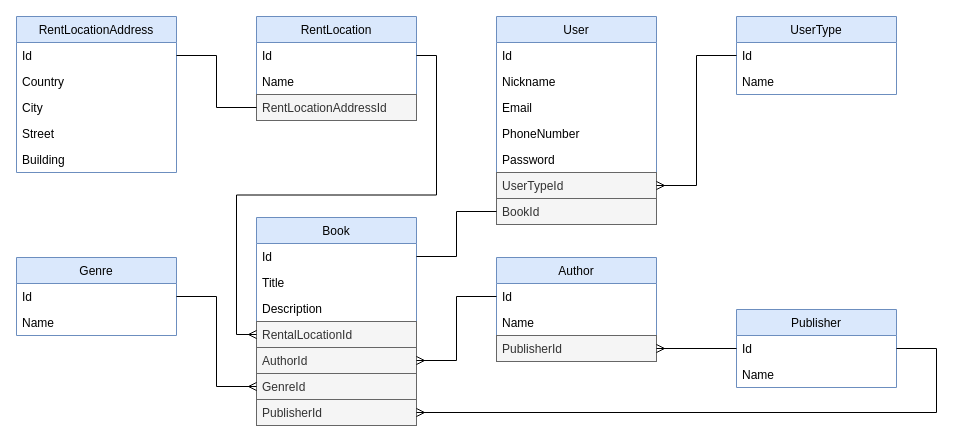
Above: Untitled Diagram.drawio in s-samusik/BookSharing (draw.io), before the change. Source tidied: cells renumbered, new cells numbered last; positions are measured from the earlier drawing's top-left corner, leaving out a move shared by most shapes. Both pictures are drawn from the tidied source at 100%, with x=0, y=0 at pixel (16, 16).
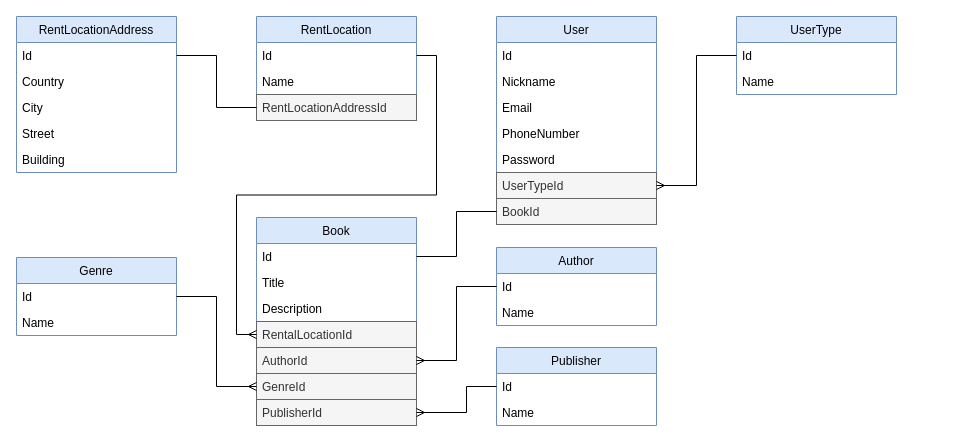
The same page after the edit.

Unchanged cells that the change refers to:
```xml
<mxCell id="9" value="PublisherId" style="text;strokeColor=#666666;fillColor=#f5f5f5;align=left;verticalAlign=top;spacingLeft=4;spacingRight=4;overflow=hidden;points=[[0,0.5],[1,0.5]];portConstraint=eastwest;fontColor=#333333;" parent="2" vertex="1">
  <mxGeometry y="182" width="160" height="26" as="geometry" />
</mxCell>
<mxCell id="19" value="Id" style="text;strokeColor=none;fillColor=none;align=left;verticalAlign=top;spacingLeft=4;spacingRight=4;overflow=hidden;points=[[0,0.5],[1,0.5]];portConstraint=eastwest;" parent="18" vertex="1">
  <mxGeometry y="26" width="160" height="26" as="geometry" />
</mxCell>
```

What changed in the source:
```diff
@@
     <mxCell id="13" value="Author" style="swimlane;fontStyle=0;horizontal=1;startSize=26;fillColor=#dae8fc;strokeColor=#6c8ebf;" parent="1" vertex="1">
-      <mxGeometry x="480" y="241" width="160" height="104" as="geometry" />
+      <mxGeometry x="480" y="231" width="160" height="78" as="geometry" />
     </mxCell>
@@
-    <mxCell id="16" value="PublisherId" style="text;strokeColor=#666666;fillColor=#f5f5f5;align=left;verticalAlign=top;spacingLeft=4;spacingRight=4;overflow=hidden;points=[[0,0.5],[1,0.5]];portConstraint=eastwest;fontColor=#333333;" parent="13" vertex="1">
-      <mxGeometry y="78" width="160" height="26" as="geometry" />
-    </mxCell>
@@
     <mxCell id="18" value="Publisher" style="swimlane;fontStyle=0;horizontal=1;startSize=26;fillColor=#dae8fc;strokeColor=#6c8ebf;" parent="1" vertex="1">
-      <mxGeometry x="720" y="293" width="160" height="78" as="geometry" />
+      <mxGeometry x="480" y="331" width="160" height="78" as="geometry" />
     </mxCell>
@@
-    <mxCell id="21" style="edgeStyle=orthogonalEdgeStyle;rounded=0;jettySize=auto;html=1;exitX=1;exitY=0.5;exitDx=0;exitDy=0;entryX=0;entryY=0.5;entryDx=0;entryDy=0;endArrow=none;endFill=0;startArrow=ERmany;startFill=0;" parent="1" edge="1" source="16" target="18">
-      <mxGeometry relative="1" as="geometry" />
-    </mxCell>
-    <mxCell id="22" style="edgeStyle=orthogonalEdgeStyle;rounded=0;jettySize=auto;html=1;exitX=1;exitY=0.5;exitDx=0;exitDy=0;startArrow=ERmany;startFill=0;endArrow=none;endFill=0;entryX=1;entryY=0.5;entryDx=0;entryDy=0;" parent="1" edge="1" source="9" target="19">
+    <mxCell id="22" style="edgeStyle=orthogonalEdgeStyle;rounded=0;jettySize=auto;html=1;exitX=1;exitY=0.5;exitDx=0;exitDy=0;startArrow=ERmany;startFill=0;endArrow=none;endFill=0;entryX=0;entryY=0.5;entryDx=0;entryDy=0;" parent="1" edge="1" source="9" target="19">
       <mxGeometry relative="1" as="geometry">
         <Array as="points">
-          <mxPoint x="920" y="396" />
-          <mxPoint x="920" y="332" />
+          <mxPoint x="450" y="396" />
+          <mxPoint x="450" y="370" />
         </Array>
       </mxGeometry>
     </mxCell>
```
